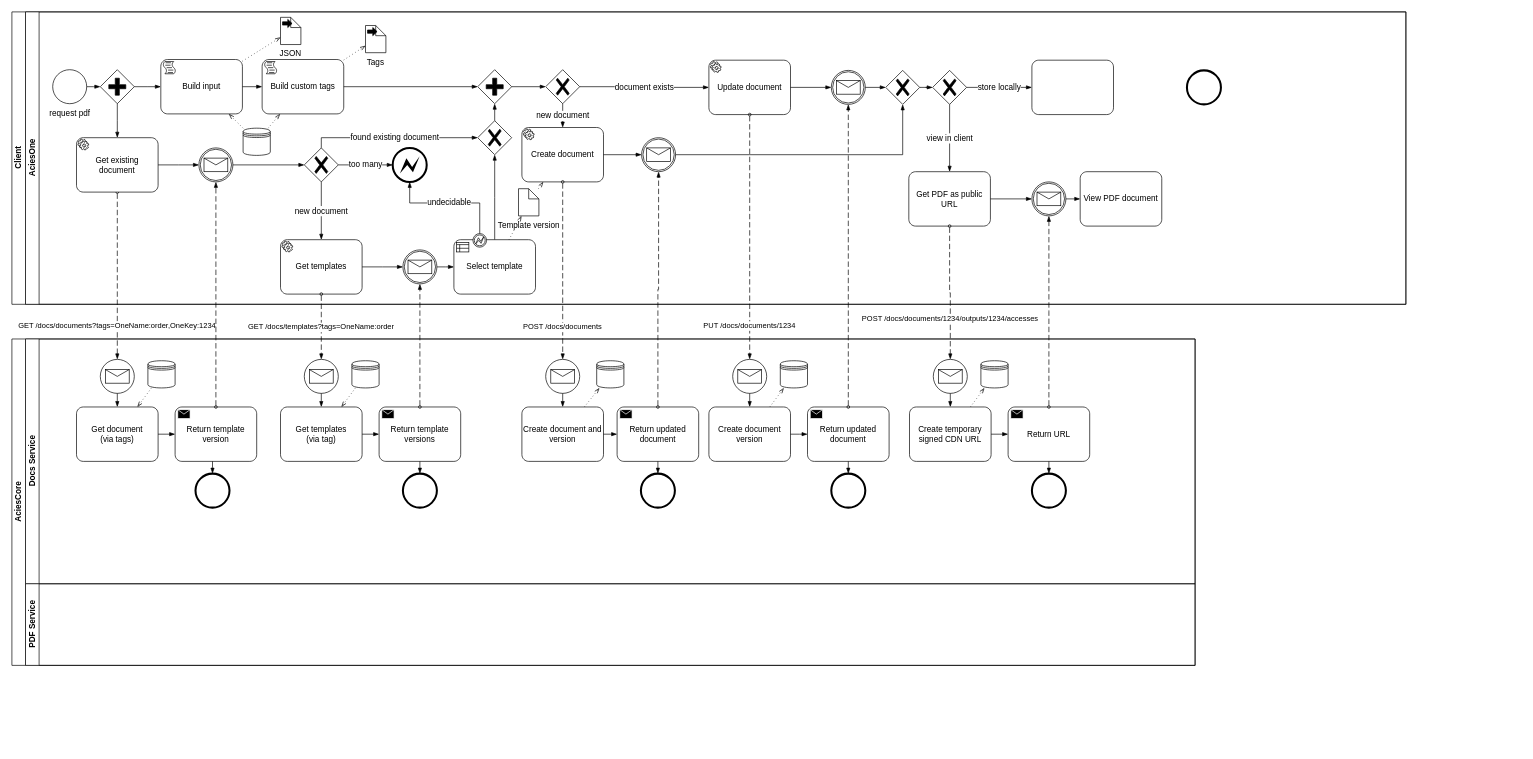
This is services/docs/AciesOne-PDF.drawio from AciesDK/core-diagrams, a draw.io file, before an edit. Source tidied: cells renumbered, new cells numbered last; positions are measured from the earlier drawing's top-left corner, leaving out a move shared by most shapes. Both pictures are drawn from the tidied source at 68%, with x=0, y=0 at pixel (12, 12).
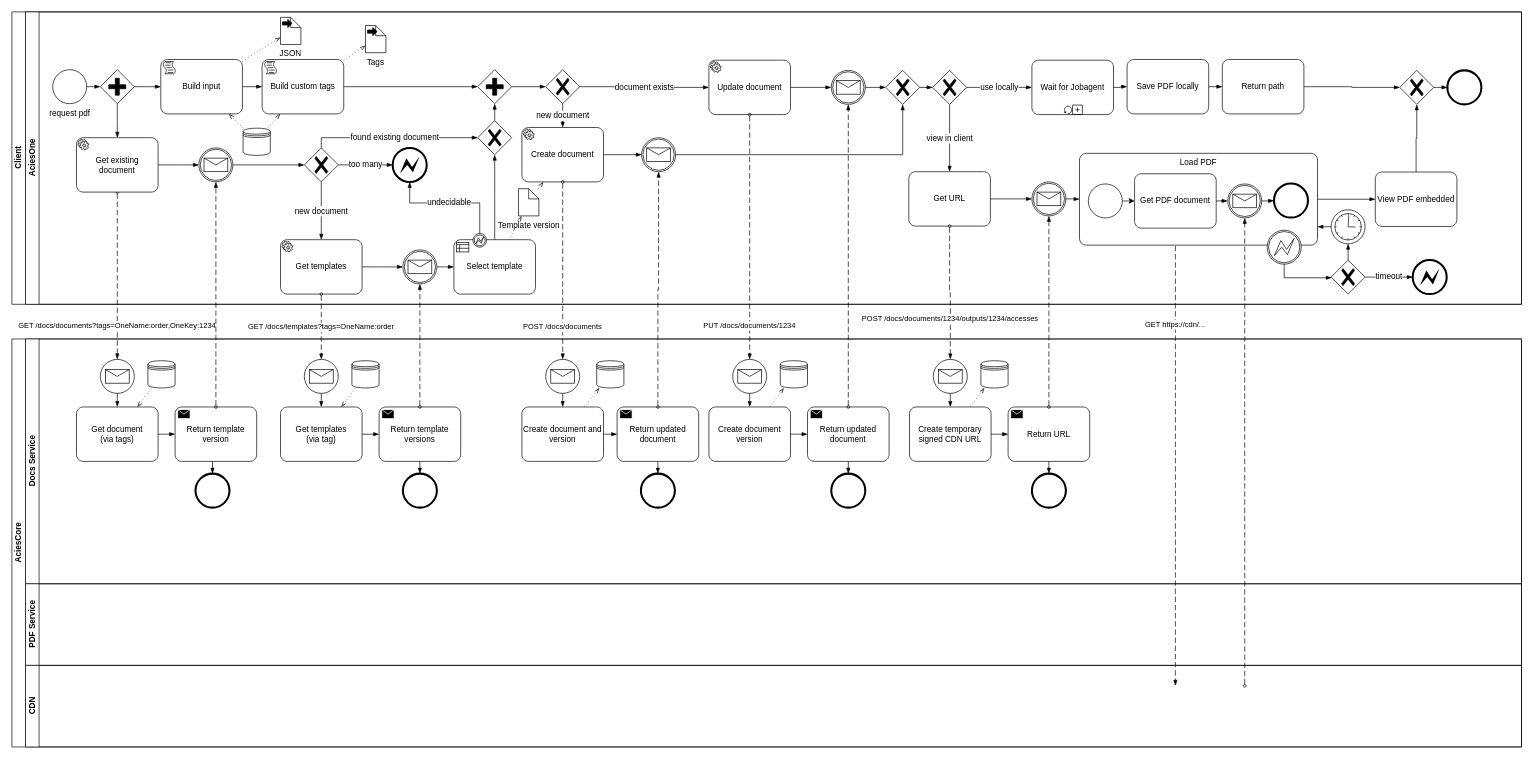
The same diagram, later.

The change refers to these unchanged cells:
```xml
<mxCell id="54" style="points=[[0.25,0.25,0],[0.5,0,0],[0.75,0.25,0],[1,0.5,0],[0.75,0.75,0],[0.5,1,0],[0.25,0.75,0],[0,0.5,0]];shape=mxgraph.bpmn.gateway2;html=1;verticalLabelPosition=bottom;labelBackgroundColor=#ffffff;verticalAlign=top;align=center;perimeter=rhombusPerimeter;outlineConnect=0;outline=none;symbol=none;gwType=exclusive;fontFamily=Helvetica;fontSize=12;fontColor=default;strokeColor=default;fillColor=default;" parent="3" vertex="1">
  <mxGeometry x="1334" y="86" width="50" height="50" as="geometry" />
</mxCell>
<mxCell id="58" style="points=[[0.145,0.145,0],[0.5,0,0],[0.855,0.145,0],[1,0.5,0],[0.855,0.855,0],[0.5,1,0],[0.145,0.855,0],[0,0.5,0]];shape=mxgraph.bpmn.event;html=1;verticalLabelPosition=bottom;labelBackgroundColor=#ffffff;verticalAlign=top;align=center;perimeter=ellipsePerimeter;outlineConnect=0;outline=catching;symbol=message;" parent="3" vertex="1">
  <mxGeometry x="1480" y="250" width="50" height="50" as="geometry" />
</mxCell>
```

The edit, as a diff of the source:
```diff
@@
     <mxCell id="2" value="Client" style="swimlane;html=1;horizontal=0;startSize=20;" parent="1" vertex="1">
-      <mxGeometry width="2050" height="430" as="geometry" />
+      <mxGeometry width="2220" height="430" as="geometry" />
     </mxCell>
     <mxCell id="3" value="AciesOne" style="swimlane;html=1;startSize=20;horizontal=0;" parent="2" vertex="1">
-      <mxGeometry x="20" width="2030" height="430" as="geometry" />
+      <mxGeometry x="20" width="2200" height="430" as="geometry" />
     </mxCell>
@@
     <mxCell id="40" style="points=[[0.145,0.145,0],[0.5,0,0],[0.855,0.145,0],[1,0.5,0],[0.855,0.855,0],[0.5,1,0],[0.145,0.855,0],[0,0.5,0]];shape=mxgraph.bpmn.event;html=1;verticalLabelPosition=bottom;labelBackgroundColor=#ffffff;verticalAlign=top;align=center;perimeter=ellipsePerimeter;outlineConnect=0;outline=end;symbol=terminate2;" parent="3" vertex="1">
-      <mxGeometry x="1708" y="86" width="50" height="50" as="geometry" />
+      <mxGeometry x="2091" y="86" width="50" height="50" as="geometry" />
     </mxCell>
@@
-    <mxCell id="52" style="points=[[0.25,0,0],[0.5,0,0],[0.75,0,0],[1,0.25,0],[1,0.5,0],[1,0.75,0],[0.75,1,0],[0.5,1,0],[0.25,1,0],[0,0.75,0],[0,0.5,0],[0,0.25,0]];shape=mxgraph.bpmn.task;whiteSpace=wrap;rectStyle=rounded;size=10;taskMarker=abstract;" parent="3" vertex="1">
+    <mxCell id="52" value="Wait for Jobagent" style="points=[[0.25,0,0],[0.5,0,0],[0.75,0,0],[1,0.25,0],[1,0.5,0],[1,0.75,0],[0.75,1,0],[0.5,1,0],[0.25,1,0],[0,0.75,0],[0,0.5,0],[0,0.25,0]];shape=mxgraph.bpmn.task;whiteSpace=wrap;rectStyle=rounded;size=10;taskMarker=abstract;isLoopStandard=1;isLoopSub=1;fontFamily=Helvetica;fontSize=12;fontColor=default;align=center;strokeColor=default;fillColor=default;" parent="3" vertex="1">
       <mxGeometry x="1480" y="71" width="120" height="80" as="geometry" />
     </mxCell>
@@
-    <mxCell id="55" value="store locally" style="edgeStyle=orthogonalEdgeStyle;fontSize=12;html=1;endArrow=blockThin;endFill=1;rounded=0;elbow=vertical;" parent="3" edge="1" source="54" target="52">
+    <mxCell id="55" value="use locally" style="edgeStyle=orthogonalEdgeStyle;fontSize=12;html=1;endArrow=blockThin;endFill=1;rounded=0;elbow=vertical;" parent="3" edge="1" source="54" target="52">
       <mxGeometry relative="1" as="geometry" />
     </mxCell>
-    <mxCell id="56" value="Get PDF as public URL" style="points=[[0.25,0,0],[0.5,0,0],[0.75,0,0],[1,0.25,0],[1,0.5,0],[1,0.75,0],[0.75,1,0],[0.5,1,0],[0.25,1,0],[0,0.75,0],[0,0.5,0],[0,0.25,0]];shape=mxgraph.bpmn.task;whiteSpace=wrap;rectStyle=rounded;size=10;taskMarker=abstract;" parent="3" vertex="1">
+    <mxCell id="56" value="Get URL" style="points=[[0.25,0,0],[0.5,0,0],[0.75,0,0],[1,0.25,0],[1,0.5,0],[1,0.75,0],[0.75,1,0],[0.5,1,0],[0.25,1,0],[0,0.75,0],[0,0.5,0],[0,0.25,0]];shape=mxgraph.bpmn.task;whiteSpace=wrap;rectStyle=rounded;size=10;taskMarker=abstract;" parent="3" vertex="1">
       <mxGeometry x="1299" y="235" width="120" height="80" as="geometry" />
     </mxCell>
@@
+    <mxCell id="61" style="edgeStyle=orthogonalEdgeStyle;fontSize=12;html=1;endArrow=blockThin;endFill=1;rounded=0;elbow=vertical;" parent="3" edge="1" source="58" target="134">
+      <mxGeometry relative="1" as="geometry" />
+    </mxCell>
+    <mxCell id="126" style="points=[[0.25,0.25,0],[0.5,0,0],[0.75,0.25,0],[1,0.5,0],[0.75,0.75,0],[0.5,1,0],[0.25,0.75,0],[0,0.5,0]];shape=mxgraph.bpmn.gateway2;html=1;verticalLabelPosition=bottom;labelBackgroundColor=#ffffff;verticalAlign=top;align=center;perimeter=rhombusPerimeter;outlineConnect=0;outline=none;symbol=none;gwType=exclusive;fontFamily=Helvetica;fontSize=12;fontColor=default;strokeColor=default;fillColor=default;" parent="3" vertex="1">
+      <mxGeometry x="2021" y="86" width="50" height="50" as="geometry" />
+    </mxCell>
+    <mxCell id="127" style="edgeStyle=orthogonalEdgeStyle;fontSize=12;html=1;endArrow=blockThin;endFill=1;rounded=0;elbow=vertical;" parent="3" edge="1" source="126" target="40">
+      <mxGeometry relative="1" as="geometry" />
+    </mxCell>
+    <mxCell id="128" style="edgeStyle=orthogonalEdgeStyle;fontSize=12;html=1;endArrow=blockThin;endFill=1;rounded=0;elbow=vertical;" parent="3" edge="1" source="52" target="146">
+      <mxGeometry relative="1" as="geometry" />
+    </mxCell>
+    <mxCell id="129" value="View PDF embedded" style="points=[[0.25,0,0],[0.5,0,0],[0.75,0,0],[1,0.25,0],[1,0.5,0],[1,0.75,0],[0.75,1,0],[0.5,1,0],[0.25,1,0],[0,0.75,0],[0,0.5,0],[0,0.25,0]];shape=mxgraph.bpmn.task;whiteSpace=wrap;rectStyle=rounded;size=10;taskMarker=abstract;" parent="3" vertex="1">
+      <mxGeometry x="1985" y="235.5" width="120" height="80" as="geometry" />
+    </mxCell>
+    <mxCell id="130" style="edgeStyle=orthogonalEdgeStyle;fontSize=12;html=1;endArrow=blockThin;endFill=1;rounded=0;elbow=vertical;" parent="3" edge="1" source="134" target="129">
+      <mxGeometry relative="1" as="geometry" />
+    </mxCell>
+    <mxCell id="131" style="edgeStyle=orthogonalEdgeStyle;fontSize=12;html=1;endArrow=blockThin;endFill=1;rounded=0;elbow=vertical;" parent="3" edge="1" source="129" target="126">
+      <mxGeometry relative="1" as="geometry" />
+    </mxCell>
+    <mxCell id="132" value="GET https://cdn/..." style="dashed=1;dashPattern=8 4;endArrow=blockThin;endFill=1;startArrow=oval;startFill=0;endSize=6;startSize=4;rounded=0;edgeStyle=elbowEdgeStyle;elbow=vertical;" parent="3" edge="1" source="60">
+      <mxGeometry x="-0.58" relative="1" as="geometry">
+        <mxPoint x="1691" y="991" as="targetPoint" />
+      </mxGeometry>
+    </mxCell>
+    <mxCell id="133" style="group;" parent="3" vertex="1">
+      <mxGeometry x="1550" y="208" width="350" height="163" as="geometry" />
+    </mxCell>
+    <mxCell id="134" value="Load PDF" style="points=[[0.25,0,0],[0.5,0,0],[0.75,0,0],[1,0.25,0],[1,0.5,0],[1,0.75,0],[0.75,1,0],[0.5,1,0],[0.25,1,0],[0,0.75,0],[0,0.5,0],[0,0.25,0]];shape=mxgraph.bpmn.task;whiteSpace=wrap;rectStyle=rounded;size=10;taskMarker=abstract;verticalAlign=top;" parent="133" vertex="1">
+      <mxGeometry width="350" height="135" as="geometry" />
+    </mxCell>
-    <mxCell id="60" value="View PDF document" style="points=[[0.25,0,0],[0.5,0,0],[0.75,0,0],[1,0.25,0],[1,0.5,0],[1,0.75,0],[0.75,1,0],[0.5,1,0],[0.25,1,0],[0,0.75,0],[0,0.5,0],[0,0.25,0]];shape=mxgraph.bpmn.task;whiteSpace=wrap;rectStyle=rounded;size=10;taskMarker=abstract;" parent="3" vertex="1">
-      <mxGeometry x="1551" y="235" width="120" height="80" as="geometry" />
+    <mxCell id="60" value="Get PDF document" style="points=[[0.25,0,0],[0.5,0,0],[0.75,0,0],[1,0.25,0],[1,0.5,0],[1,0.75,0],[0.75,1,0],[0.5,1,0],[0.25,1,0],[0,0.75,0],[0,0.5,0],[0,0.25,0]];shape=mxgraph.bpmn.task;whiteSpace=wrap;rectStyle=rounded;size=10;taskMarker=abstract;" parent="133" vertex="1">
+      <mxGeometry x="81" y="30" width="120" height="80" as="geometry" />
     </mxCell>
-    <mxCell id="61" style="edgeStyle=orthogonalEdgeStyle;fontSize=12;html=1;endArrow=blockThin;endFill=1;rounded=0;elbow=vertical;" parent="3" edge="1" source="58" target="60">
-      <mxGeometry relative="1" as="geometry" />
-    </mxCell>
+    <mxCell id="135" style="points=[[0.145,0.145,0],[0.5,0,0],[0.855,0.145,0],[1,0.5,0],[0.855,0.855,0],[0.5,1,0],[0.145,0.855,0],[0,0.5,0]];shape=mxgraph.bpmn.event;html=1;verticalLabelPosition=bottom;labelBackgroundColor=#ffffff;verticalAlign=top;align=center;perimeter=ellipsePerimeter;outlineConnect=0;outline=catching;symbol=message;" parent="133" vertex="1">
+      <mxGeometry x="218" y="45" width="50" height="50" as="geometry" />
+    </mxCell>
+    <mxCell id="136" style="edgeStyle=orthogonalEdgeStyle;fontSize=12;html=1;endArrow=blockThin;endFill=1;rounded=0;elbow=vertical;" parent="133" edge="1" source="60" target="135">
+      <mxGeometry relative="1" as="geometry" />
+    </mxCell>
+    <mxCell id="137" style="edgeStyle=orthogonalEdgeStyle;fontSize=12;html=1;endArrow=blockThin;endFill=1;rounded=0;elbow=vertical;" parent="133" edge="1" source="135" target="138">
+      <mxGeometry relative="1" as="geometry" />
+    </mxCell>
+    <mxCell id="138" style="points=[[0.145,0.145,0],[0.5,0,0],[0.855,0.145,0],[1,0.5,0],[0.855,0.855,0],[0.5,1,0],[0.145,0.855,0],[0,0.5,0]];shape=mxgraph.bpmn.event;html=1;verticalLabelPosition=bottom;labelBackgroundColor=#ffffff;verticalAlign=top;align=center;perimeter=ellipsePerimeter;outlineConnect=0;outline=end;symbol=terminate2;" parent="133" vertex="1">
+      <mxGeometry x="286" y="44.5" width="50" height="50" as="geometry" />
+    </mxCell>
+    <mxCell id="139" style="edgeStyle=elbowEdgeStyle;rounded=0;jettySize=auto;elbow=vertical;html=1;" parent="133" edge="1" source="140" target="60">
+      <mxGeometry relative="1" as="geometry" />
+    </mxCell>
+    <mxCell id="140" style="points=[[0.145,0.145,0],[0.5,0,0],[0.855,0.145,0],[1,0.5,0],[0.855,0.855,0],[0.5,1,0],[0.145,0.855,0],[0,0.5,0]];shape=mxgraph.bpmn.event;html=1;verticalLabelPosition=bottom;labelBackgroundColor=#ffffff;verticalAlign=top;align=center;perimeter=ellipsePerimeter;outlineConnect=0;outline=standard;symbol=general;" parent="133" vertex="1">
+      <mxGeometry x="13" y="45" width="50" height="50" as="geometry" />
+    </mxCell>
+    <mxCell id="141" style="points=[[0.145,0.145,0],[0.5,0,0],[0.855,0.145,0],[1,0.5,0],[0.855,0.855,0],[0.5,1,0],[0.145,0.855,0],[0,0.5,0]];shape=mxgraph.bpmn.event;html=1;verticalLabelPosition=bottom;labelBackgroundColor=#ffffff;verticalAlign=top;align=center;perimeter=ellipsePerimeter;outlineConnect=0;outline=boundInt;symbol=error;" parent="133" vertex="1">
+      <mxGeometry x="276" y="113" width="50" height="50" as="geometry" />
+    </mxCell>
+    <mxCell id="142" style="points=[[0.25,0.25,0],[0.5,0,0],[0.75,0.25,0],[1,0.5,0],[0.75,0.75,0],[0.5,1,0],[0.25,0.75,0],[0,0.5,0]];shape=mxgraph.bpmn.gateway2;html=1;verticalLabelPosition=bottom;labelBackgroundColor=#ffffff;verticalAlign=top;align=center;perimeter=rhombusPerimeter;outlineConnect=0;outline=none;symbol=none;gwType=exclusive;" parent="3" vertex="1">
+      <mxGeometry x="1920" y="365" width="50" height="50" as="geometry" />
+    </mxCell>
+    <mxCell id="143" style="edgeStyle=orthogonalEdgeStyle;fontSize=12;html=1;endArrow=blockThin;endFill=1;rounded=0;" parent="3" edge="1" source="141" target="142">
+      <mxGeometry relative="1" as="geometry">
+        <Array as="points">
+          <mxPoint x="1880" y="391" />
+          <mxPoint x="1970" y="391" />
+          <mxPoint x="1970" y="385" />
+        </Array>
+      </mxGeometry>
+    </mxCell>
+    <mxCell id="144" style="points=[[0.145,0.145,0],[0.5,0,0],[0.855,0.145,0],[1,0.5,0],[0.855,0.855,0],[0.5,1,0],[0.145,0.855,0],[0,0.5,0]];shape=mxgraph.bpmn.event;html=1;verticalLabelPosition=bottom;labelBackgroundColor=#ffffff;verticalAlign=top;align=center;perimeter=ellipsePerimeter;outlineConnect=0;outline=end;symbol=error;" parent="3" vertex="1">
+      <mxGeometry x="2040" y="365" width="50" height="50" as="geometry" />
+    </mxCell>
+    <mxCell id="145" value="timeout" style="edgeStyle=orthogonalEdgeStyle;fontSize=12;html=1;endArrow=blockThin;endFill=1;rounded=0;" parent="3" edge="1" source="142" target="144">
+      <mxGeometry relative="1" as="geometry" />
+    </mxCell>
+    <mxCell id="146" value="Save PDF locally" style="points=[[0.25,0,0],[0.5,0,0],[0.75,0,0],[1,0.25,0],[1,0.5,0],[1,0.75,0],[0.75,1,0],[0.5,1,0],[0.25,1,0],[0,0.75,0],[0,0.5,0],[0,0.25,0]];shape=mxgraph.bpmn.task;whiteSpace=wrap;rectStyle=rounded;size=10;taskMarker=abstract;" parent="3" vertex="1">
+      <mxGeometry x="1620" y="70" width="120" height="80" as="geometry" />
+    </mxCell>
+    <mxCell id="147" value="Return path" style="points=[[0.25,0,0],[0.5,0,0],[0.75,0,0],[1,0.25,0],[1,0.5,0],[1,0.75,0],[0.75,1,0],[0.5,1,0],[0.25,1,0],[0,0.75,0],[0,0.5,0],[0,0.25,0]];shape=mxgraph.bpmn.task;whiteSpace=wrap;rectStyle=rounded;size=10;taskMarker=abstract;" parent="3" vertex="1">
+      <mxGeometry x="1760" y="70" width="120" height="80" as="geometry" />
+    </mxCell>
+    <mxCell id="148" style="edgeStyle=orthogonalEdgeStyle;fontSize=12;html=1;endArrow=blockThin;endFill=1;rounded=0;elbow=vertical;" parent="3" edge="1" source="146" target="147">
+      <mxGeometry relative="1" as="geometry" />
+    </mxCell>
+    <mxCell id="149" style="edgeStyle=orthogonalEdgeStyle;fontSize=12;html=1;endArrow=blockThin;endFill=1;rounded=0;elbow=vertical;" parent="3" edge="1" source="147" target="126">
+      <mxGeometry relative="1" as="geometry" />
+    </mxCell>
     <mxCell id="62" value="AciesCore" style="swimlane;html=1;horizontal=0;startSize=20;" parent="1" vertex="1">
-      <mxGeometry y="481" width="1740" height="480" as="geometry" />
+      <mxGeometry y="481" width="2220" height="600" as="geometry" />
     </mxCell>
     <mxCell id="63" value="Docs Service" style="swimlane;html=1;startSize=20;horizontal=0;" parent="62" vertex="1">
-      <mxGeometry x="20" width="1720" height="360" as="geometry" />
+      <mxGeometry x="20" width="2200" height="360" as="geometry" />
     </mxCell>
@@
     <mxCell id="109" value="PDF Service" style="swimlane;html=1;startSize=20;horizontal=0;" parent="62" vertex="1">
-      <mxGeometry x="20" y="360" width="1720" height="120" as="geometry" />
+      <mxGeometry x="20" y="360" width="2200" height="120" as="geometry" />
     </mxCell>
+    <mxCell id="150" value="CDN" style="swimlane;html=1;startSize=20;horizontal=0;" parent="62" vertex="1">
+      <mxGeometry x="20" y="480" width="2200" height="120" as="geometry" />
+    </mxCell>
@@
+    <mxCell id="151" style="dashed=1;dashPattern=8 4;endArrow=blockThin;endFill=1;startArrow=oval;startFill=0;endSize=6;startSize=4;rounded=0;edgeStyle=elbowEdgeStyle;elbow=vertical;" parent="1" edge="1" target="135">
+      <mxGeometry relative="1" as="geometry">
+        <mxPoint x="1813" y="991" as="sourcePoint" />
+      </mxGeometry>
+    </mxCell>
+    <mxCell id="152" style="points=[[0.145,0.145,0],[0.5,0,0],[0.855,0.145,0],[1,0.5,0],[0.855,0.855,0],[0.5,1,0],[0.145,0.855,0],[0,0.5,0]];shape=mxgraph.bpmn.event;html=1;verticalLabelPosition=bottom;labelBackgroundColor=#ffffff;verticalAlign=top;align=center;perimeter=ellipsePerimeter;outlineConnect=0;outline=standard;symbol=timer;" parent="1" vertex="1">
+      <mxGeometry x="1940" y="291" width="50" height="50" as="geometry" />
+    </mxCell>
+    <mxCell id="153" style="edgeStyle=elbowEdgeStyle;fontSize=12;html=1;endArrow=blockThin;endFill=1;rounded=0;elbow=vertical;" parent="1" edge="1" source="152" target="134">
+      <mxGeometry relative="1" as="geometry" />
+    </mxCell>
+    <mxCell id="154" style="edgeStyle=orthogonalEdgeStyle;fontSize=12;html=1;endArrow=blockThin;endFill=1;rounded=0;" parent="1" edge="1" source="142" target="152">
+      <mxGeometry relative="1" as="geometry" />
+    </mxCell>
```
